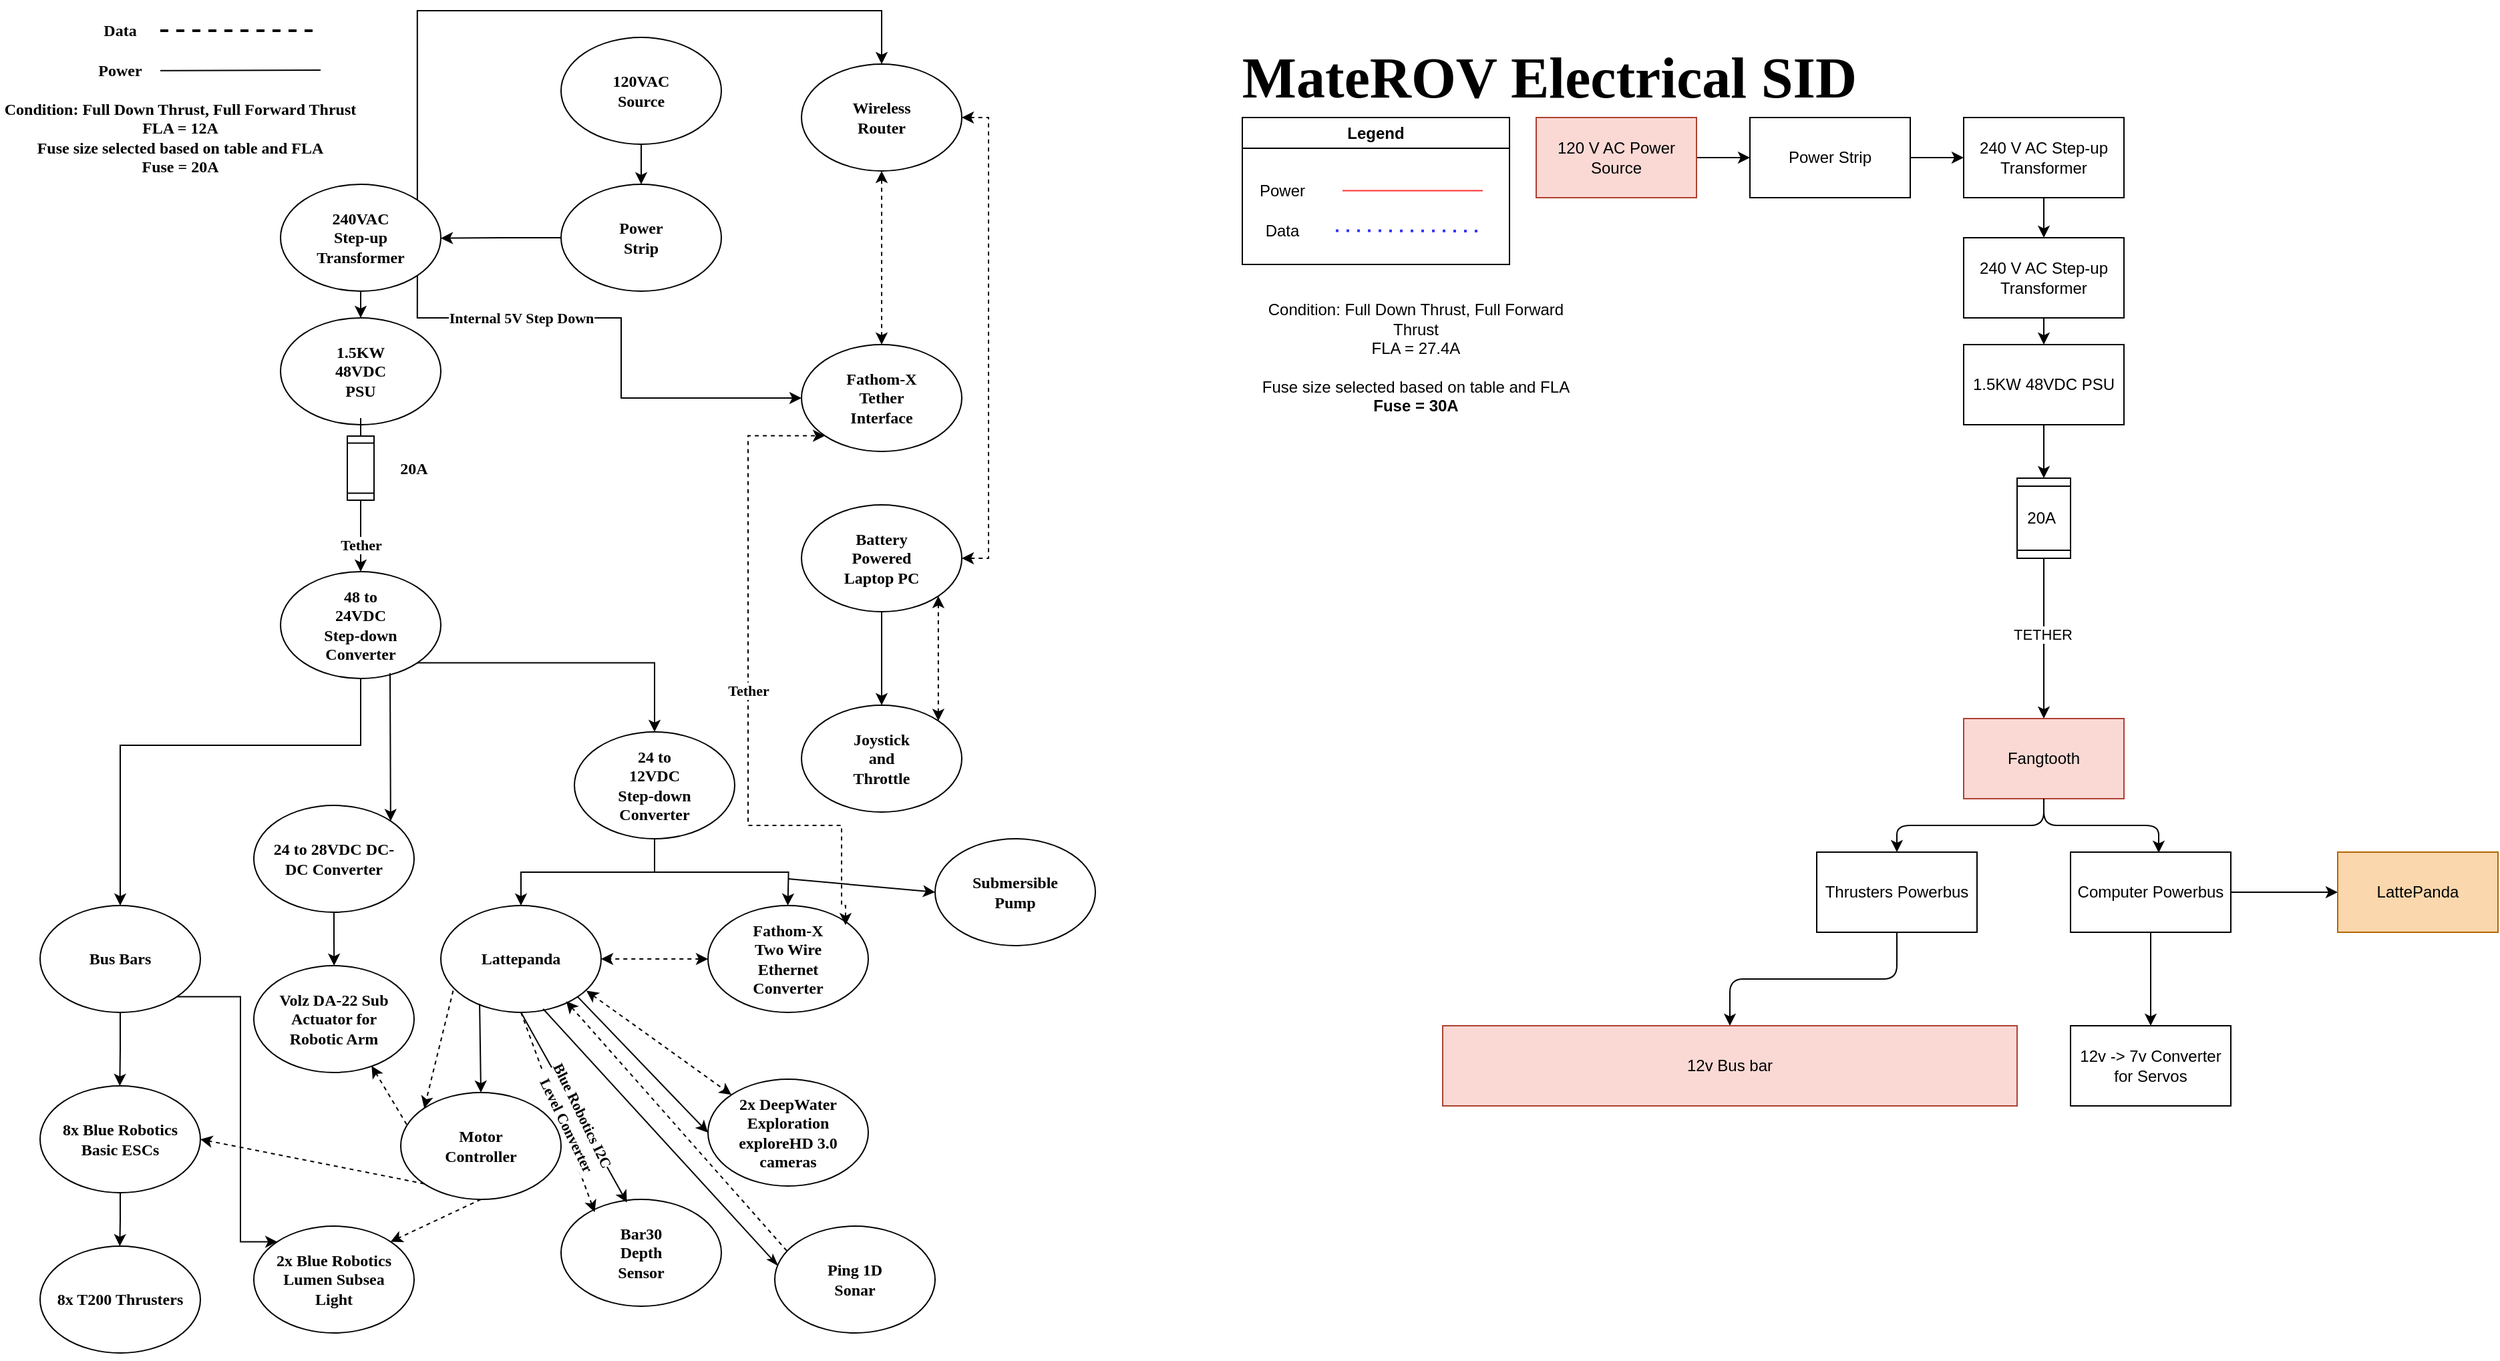
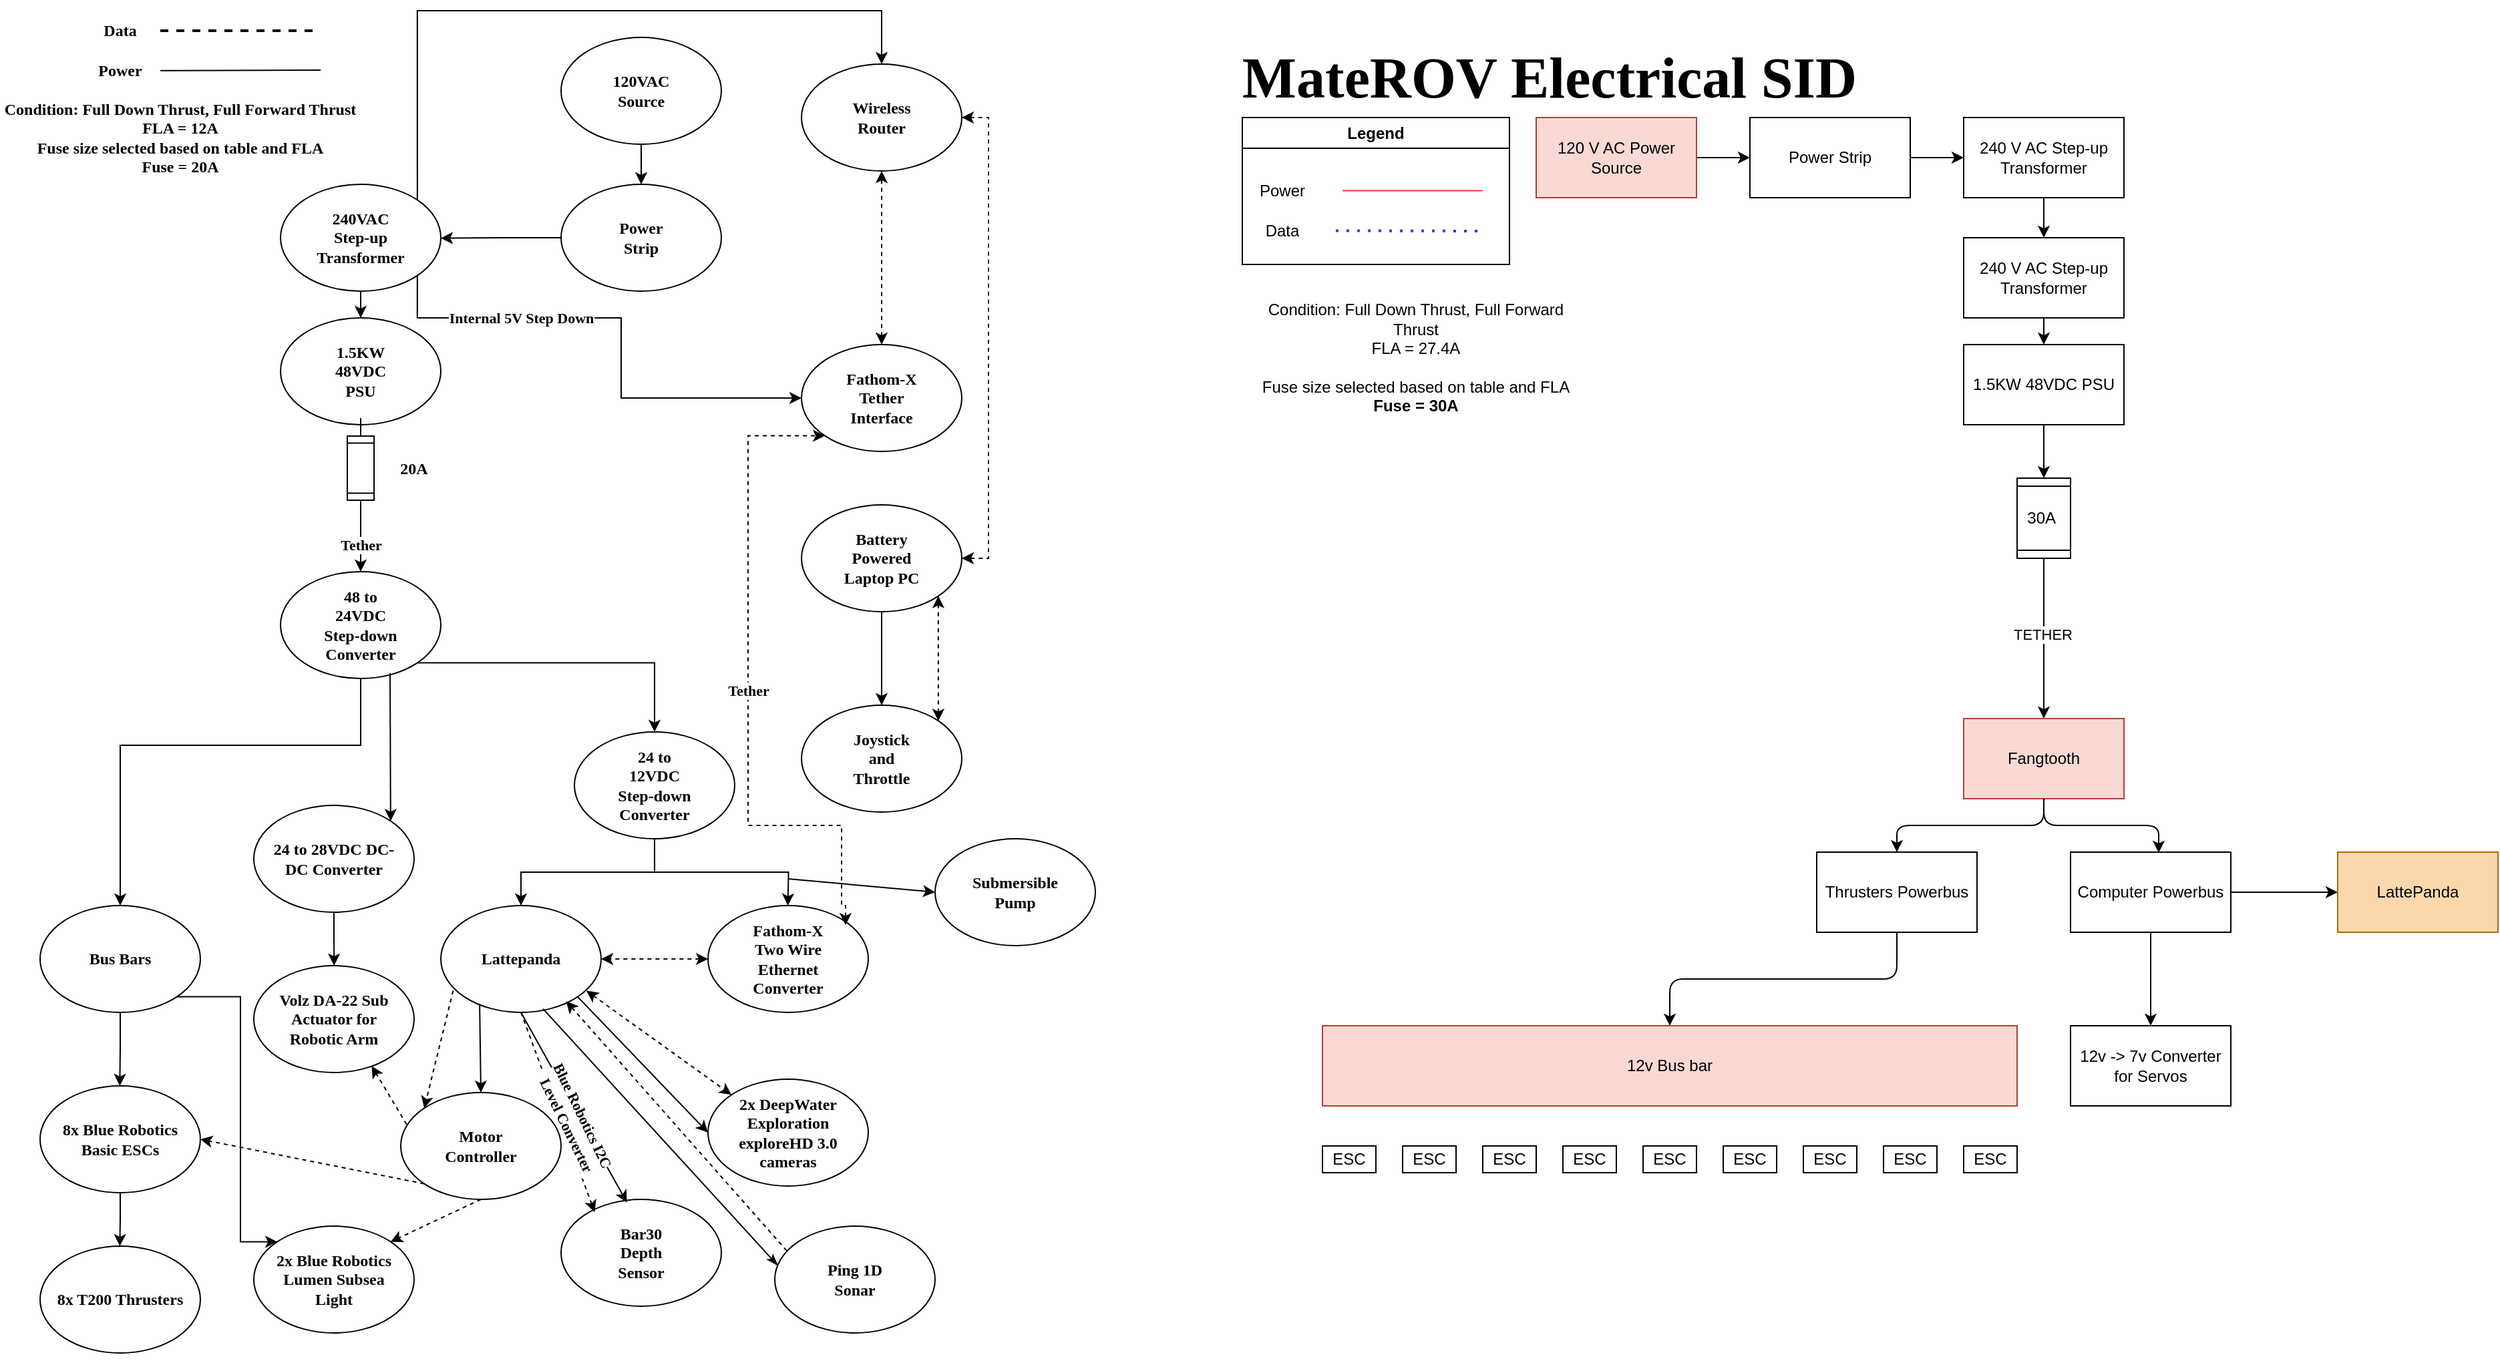
<mxfile host="app.diagrams.net" agent="Mozilla/5.0 (Windows NT 10.0; Win64; x64; rv:139.0) Gecko/20100101 Firefox/139.0">
  <diagram name="Page-1" id="doaNbLGYiiKzRFzNWdXi">
-     <mxGraphModel dx="1174" dy="681" grid="1" gridSize="10" guides="1" tooltips="1" connect="1" arrows="1" fold="1" page="1" pageScale="1" pageWidth="850" pageHeight="1100" math="0" shadow="0">
+     <mxGraphModel dx="978" dy="568" grid="1" gridSize="10" guides="1" tooltips="1" connect="1" arrows="1" fold="1" page="1" pageScale="1" pageWidth="850" pageHeight="1100" math="0" shadow="0">
      <root>
        <mxCell id="0" />
        <mxCell id="1" parent="0" />
        <mxCell id="KtZ6byTwQnFwZSQ_47y7-5" edge="1" parent="1" source="KtZ6byTwQnFwZSQ_47y7-1" style="endArrow=classic;html=1;rounded=0;exitX=0.5;exitY=1;exitDx=0;exitDy=0;fontFamily=Times New Roman;fontStyle=1" target="KtZ6byTwQnFwZSQ_47y7-6" value="">
          <mxGeometry height="50" relative="1" width="50" as="geometry">
            <mxPoint x="380" y="340" as="sourcePoint" />
            <mxPoint x="160" y="290" as="targetPoint" />
          </mxGeometry>
        </mxCell>
        <mxCell id="KtZ6byTwQnFwZSQ_47y7-8" connectable="0" parent="1" style="group;fontFamily=Times New Roman;fontStyle=1;rounded=0;" value="" vertex="1">
          <mxGeometry height="80" width="120" x="430" y="90" as="geometry" />
        </mxCell>
        <mxCell id="KtZ6byTwQnFwZSQ_47y7-1" parent="KtZ6byTwQnFwZSQ_47y7-8" style="ellipse;whiteSpace=wrap;html=1;fontFamily=Times New Roman;fontStyle=1;rounded=0;" value="" vertex="1">
          <mxGeometry height="80" width="120" as="geometry" />
        </mxCell>
        <mxCell id="KtZ6byTwQnFwZSQ_47y7-2" parent="KtZ6byTwQnFwZSQ_47y7-8" style="text;html=1;align=center;verticalAlign=middle;whiteSpace=wrap;rounded=0;fontFamily=Times New Roman;fontStyle=1" value="120VAC Source" vertex="1">
          <mxGeometry height="30" width="60" x="30" y="25" as="geometry" />
        </mxCell>
        <mxCell id="KtZ6byTwQnFwZSQ_47y7-17" edge="1" parent="1" source="KtZ6byTwQnFwZSQ_47y7-18" style="endArrow=none;html=1;rounded=0;fontFamily=Times New Roman;fontStyle=1" value="">
          <mxGeometry height="50" relative="1" width="50" as="geometry">
            <mxPoint x="130" y="114.5" as="sourcePoint" />
            <mxPoint x="250" y="114.5" as="targetPoint" />
          </mxGeometry>
        </mxCell>
        <mxCell id="KtZ6byTwQnFwZSQ_47y7-21" collapsed="1" parent="1" style="text;html=1;align=center;verticalAlign=middle;whiteSpace=wrap;rounded=0;container=0;fontFamily=Times New Roman;fontStyle=1" value="&lt;div&gt;Data&lt;/div&gt;" vertex="1">
          <mxGeometry height="30" width="60" x="70" y="70" as="geometry">
            <mxRectangle height="30" width="60" x="320" y="275" as="alternateBounds" />
          </mxGeometry>
        </mxCell>
        <mxCell id="KtZ6byTwQnFwZSQ_47y7-22" edge="1" parent="1" style="endArrow=none;html=1;rounded=0;fontFamily=Times New Roman;fontStyle=1" target="KtZ6byTwQnFwZSQ_47y7-18" value="">
          <mxGeometry height="50" relative="1" width="50" as="geometry">
            <mxPoint x="130" y="114.5" as="sourcePoint" />
            <mxPoint x="250" y="114.5" as="targetPoint" />
          </mxGeometry>
        </mxCell>
        <mxCell id="KtZ6byTwQnFwZSQ_47y7-18" parent="1" style="text;html=1;align=center;verticalAlign=middle;whiteSpace=wrap;rounded=0;fontFamily=Times New Roman;fontStyle=1" value="&lt;div&gt;Power&lt;/div&gt;" vertex="1">
          <mxGeometry height="30" width="60" x="70" y="100" as="geometry" />
        </mxCell>
        <mxCell id="KtZ6byTwQnFwZSQ_47y7-24" connectable="0" parent="1" style="group;fontFamily=Times New Roman;fontStyle=1;rounded=0;" value="" vertex="1">
          <mxGeometry height="80" width="120" x="610" y="320" as="geometry" />
        </mxCell>
        <mxCell id="KtZ6byTwQnFwZSQ_47y7-25" parent="KtZ6byTwQnFwZSQ_47y7-24" style="ellipse;whiteSpace=wrap;html=1;fontFamily=Times New Roman;fontStyle=1;rounded=0;" value="" vertex="1">
          <mxGeometry height="80" width="120" as="geometry" />
        </mxCell>
        <mxCell id="KtZ6byTwQnFwZSQ_47y7-26" collapsed="1" parent="KtZ6byTwQnFwZSQ_47y7-24" style="text;html=1;align=center;verticalAlign=middle;whiteSpace=wrap;rounded=0;container=0;fontFamily=Times New Roman;fontStyle=1" value="Fathom-X Tether Interface" vertex="1">
          <mxGeometry height="30" width="60" x="30" y="25" as="geometry">
            <mxRectangle height="30" width="60" x="320" y="275" as="alternateBounds" />
          </mxGeometry>
        </mxCell>
        <mxCell id="KtZ6byTwQnFwZSQ_47y7-29" connectable="0" parent="1" style="group;fontFamily=Times New Roman;fontStyle=1;rounded=0;" value="" vertex="1">
          <mxGeometry height="80" width="120" x="610" y="440" as="geometry" />
        </mxCell>
        <mxCell id="KtZ6byTwQnFwZSQ_47y7-30" parent="KtZ6byTwQnFwZSQ_47y7-29" style="ellipse;whiteSpace=wrap;html=1;fontFamily=Times New Roman;fontStyle=1;rounded=0;" value="" vertex="1">
          <mxGeometry height="80" width="120" as="geometry" />
        </mxCell>
        <mxCell id="KtZ6byTwQnFwZSQ_47y7-31" collapsed="1" parent="KtZ6byTwQnFwZSQ_47y7-29" style="text;html=1;align=center;verticalAlign=middle;whiteSpace=wrap;rounded=0;container=0;fontFamily=Times New Roman;fontStyle=1" value="Battery Powered Laptop PC" vertex="1">
          <mxGeometry height="30" width="60" x="30" y="25" as="geometry">
            <mxRectangle height="30" width="60" x="320" y="275" as="alternateBounds" />
          </mxGeometry>
        </mxCell>
        <mxCell id="KtZ6byTwQnFwZSQ_47y7-32" connectable="0" parent="1" style="group;fontFamily=Times New Roman;fontStyle=1;rounded=0;" value="" vertex="1">
          <mxGeometry height="80" width="120" x="430" y="200" as="geometry" />
        </mxCell>
        <mxCell id="KtZ6byTwQnFwZSQ_47y7-9" connectable="0" parent="KtZ6byTwQnFwZSQ_47y7-32" style="group;fontFamily=Times New Roman;fontStyle=1;rounded=0;" value="" vertex="1">
          <mxGeometry height="80" width="120" as="geometry" />
        </mxCell>
        <mxCell id="KtZ6byTwQnFwZSQ_47y7-44" edge="1" parent="KtZ6byTwQnFwZSQ_47y7-9" source="KtZ6byTwQnFwZSQ_47y7-6" style="edgeStyle=orthogonalEdgeStyle;rounded=0;orthogonalLoop=1;jettySize=auto;html=1;exitX=0;exitY=0.5;exitDx=0;exitDy=0;fontFamily=Times New Roman;fontStyle=1">
          <mxGeometry relative="1" as="geometry">
            <mxPoint x="-90.00000000000011" y="40.33333333333337" as="targetPoint" />
          </mxGeometry>
        </mxCell>
        <mxCell id="KtZ6byTwQnFwZSQ_47y7-6" parent="KtZ6byTwQnFwZSQ_47y7-9" style="ellipse;whiteSpace=wrap;html=1;fontFamily=Times New Roman;fontStyle=1;rounded=0;" value="" vertex="1">
          <mxGeometry height="80" width="120" as="geometry" />
        </mxCell>
        <mxCell id="KtZ6byTwQnFwZSQ_47y7-7" parent="KtZ6byTwQnFwZSQ_47y7-9" style="text;html=1;align=center;verticalAlign=middle;whiteSpace=wrap;rounded=0;fontFamily=Times New Roman;fontStyle=1" value="&lt;div&gt;Power Strip&lt;/div&gt;" vertex="1">
          <mxGeometry height="30" width="60" x="30" y="25" as="geometry" />
        </mxCell>
        <mxCell id="KtZ6byTwQnFwZSQ_47y7-33" connectable="0" parent="1" style="group;fontFamily=Times New Roman;fontStyle=1;rounded=0;" value="" vertex="1">
          <mxGeometry height="80" width="120" x="610" y="110" as="geometry" />
        </mxCell>
        <mxCell id="KtZ6byTwQnFwZSQ_47y7-16" connectable="0" parent="KtZ6byTwQnFwZSQ_47y7-33" style="group;fontFamily=Times New Roman;fontStyle=1;rounded=0;" value="" vertex="1">
          <mxGeometry height="80" width="120" as="geometry" />
        </mxCell>
        <mxCell id="KtZ6byTwQnFwZSQ_47y7-13" parent="KtZ6byTwQnFwZSQ_47y7-16" style="ellipse;whiteSpace=wrap;html=1;fontFamily=Times New Roman;fontStyle=1;rounded=0;" value="" vertex="1">
          <mxGeometry height="80" width="120" as="geometry" />
        </mxCell>
        <mxCell id="KtZ6byTwQnFwZSQ_47y7-14" collapsed="1" parent="KtZ6byTwQnFwZSQ_47y7-16" style="text;html=1;align=center;verticalAlign=middle;whiteSpace=wrap;rounded=0;container=0;fontFamily=Times New Roman;fontStyle=1" value="&lt;div&gt;Wireless Router&lt;/div&gt;" vertex="1">
          <mxGeometry height="30" width="60" x="30" y="25" as="geometry">
            <mxRectangle height="30" width="60" x="320" y="275" as="alternateBounds" />
          </mxGeometry>
        </mxCell>
        <mxCell id="KtZ6byTwQnFwZSQ_47y7-28" edge="1" parent="KtZ6byTwQnFwZSQ_47y7-33" source="KtZ6byTwQnFwZSQ_47y7-25" style="endArrow=classic;html=1;rounded=0;dashed=1;exitX=0.5;exitY=0;exitDx=0;exitDy=0;entryX=0.5;entryY=1;entryDx=0;entryDy=0;startArrow=classic;startFill=1;fontFamily=Times New Roman;fontStyle=1" target="KtZ6byTwQnFwZSQ_47y7-13" value="">
          <mxGeometry height="50" relative="1" width="50" as="geometry">
            <mxPoint x="-30" y="210" as="sourcePoint" />
            <mxPoint x="20" y="160" as="targetPoint" />
          </mxGeometry>
        </mxCell>
        <mxCell id="KtZ6byTwQnFwZSQ_47y7-37" connectable="0" parent="1" style="group;fontFamily=Times New Roman;fontStyle=1;rounded=0;" value="" vertex="1">
          <mxGeometry height="80" width="120" x="610" y="590" as="geometry" />
        </mxCell>
        <mxCell id="KtZ6byTwQnFwZSQ_47y7-38" parent="KtZ6byTwQnFwZSQ_47y7-37" style="ellipse;whiteSpace=wrap;html=1;fontFamily=Times New Roman;fontStyle=1;rounded=0;" value="" vertex="1">
          <mxGeometry height="80" width="120" as="geometry" />
        </mxCell>
        <mxCell id="KtZ6byTwQnFwZSQ_47y7-39" collapsed="1" parent="KtZ6byTwQnFwZSQ_47y7-37" style="text;html=1;align=center;verticalAlign=middle;whiteSpace=wrap;rounded=0;container=0;fontFamily=Times New Roman;fontStyle=1" value="Joystick and Throttle" vertex="1">
          <mxGeometry height="30" width="60" x="30" y="25" as="geometry">
            <mxRectangle height="30" width="60" x="320" y="275" as="alternateBounds" />
          </mxGeometry>
        </mxCell>
        <mxCell id="KtZ6byTwQnFwZSQ_47y7-40" edge="1" parent="1" source="KtZ6byTwQnFwZSQ_47y7-30" style="edgeStyle=orthogonalEdgeStyle;rounded=0;orthogonalLoop=1;jettySize=auto;html=1;exitX=0.5;exitY=1;exitDx=0;exitDy=0;fontFamily=Times New Roman;fontStyle=1" target="KtZ6byTwQnFwZSQ_47y7-38">
          <mxGeometry relative="1" as="geometry" />
        </mxCell>
        <mxCell id="KtZ6byTwQnFwZSQ_47y7-41" connectable="0" parent="1" style="group;fontFamily=Times New Roman;fontStyle=1;rounded=0;" value="" vertex="1">
          <mxGeometry height="80" width="120" x="220" y="200" as="geometry" />
        </mxCell>
        <mxCell id="KtZ6byTwQnFwZSQ_47y7-42" parent="KtZ6byTwQnFwZSQ_47y7-41" style="ellipse;whiteSpace=wrap;html=1;fontFamily=Times New Roman;fontStyle=1;rounded=0;" value="" vertex="1">
          <mxGeometry height="80" width="120" as="geometry" />
        </mxCell>
        <mxCell id="KtZ6byTwQnFwZSQ_47y7-43" collapsed="1" parent="KtZ6byTwQnFwZSQ_47y7-41" style="text;html=1;align=center;verticalAlign=middle;whiteSpace=wrap;rounded=0;container=0;fontFamily=Times New Roman;fontStyle=1" value="240VAC Step-up Transformer" vertex="1">
          <mxGeometry height="30" width="60" x="30" y="25" as="geometry">
            <mxRectangle height="30" width="60" x="320" y="275" as="alternateBounds" />
          </mxGeometry>
        </mxCell>
        <mxCell id="KtZ6byTwQnFwZSQ_47y7-45" connectable="0" parent="1" style="group;fontFamily=Times New Roman;fontStyle=1;rounded=0;" value="" vertex="1">
          <mxGeometry height="80" width="120" x="220" y="300" as="geometry" />
        </mxCell>
        <mxCell id="KtZ6byTwQnFwZSQ_47y7-46" parent="KtZ6byTwQnFwZSQ_47y7-45" style="ellipse;whiteSpace=wrap;html=1;fontFamily=Times New Roman;fontStyle=1;rounded=0;" value="" vertex="1">
          <mxGeometry height="80" width="120" as="geometry" />
        </mxCell>
        <mxCell id="KtZ6byTwQnFwZSQ_47y7-47" collapsed="1" parent="KtZ6byTwQnFwZSQ_47y7-45" style="text;html=1;align=center;verticalAlign=middle;whiteSpace=wrap;rounded=0;container=0;fontFamily=Times New Roman;fontStyle=1" value="1.5KW 48VDC PSU" vertex="1">
          <mxGeometry height="30" width="60" x="30" y="25" as="geometry">
            <mxRectangle height="30" width="60" x="320" y="275" as="alternateBounds" />
          </mxGeometry>
        </mxCell>
        <mxCell id="KtZ6byTwQnFwZSQ_47y7-48" edge="1" parent="1" source="KtZ6byTwQnFwZSQ_47y7-42" style="edgeStyle=orthogonalEdgeStyle;rounded=0;orthogonalLoop=1;jettySize=auto;html=1;exitX=0.5;exitY=1;exitDx=0;exitDy=0;fontFamily=Times New Roman;fontStyle=1" target="KtZ6byTwQnFwZSQ_47y7-46">
          <mxGeometry relative="1" as="geometry" />
        </mxCell>
        <mxCell id="KtZ6byTwQnFwZSQ_47y7-51" edge="1" parent="1" style="endArrow=classic;html=1;rounded=0;fontFamily=Times New Roman;fontStyle=1" value="">
          <mxGeometry relative="1" as="geometry">
            <mxPoint x="280" y="450" as="sourcePoint" />
            <mxPoint x="280" y="490" as="targetPoint" />
          </mxGeometry>
        </mxCell>
        <mxCell id="KtZ6byTwQnFwZSQ_47y7-52" connectable="0" parent="KtZ6byTwQnFwZSQ_47y7-51" style="edgeLabel;resizable=0;html=1;;align=center;verticalAlign=middle;fontFamily=Times New Roman;fontStyle=1;rounded=0;" value="&lt;div&gt;Tether&lt;/div&gt;" vertex="1">
          <mxGeometry relative="1" as="geometry" />
        </mxCell>
        <mxCell id="KtZ6byTwQnFwZSQ_47y7-57" edge="1" parent="1" source="KtZ6byTwQnFwZSQ_47y7-13" style="edgeStyle=orthogonalEdgeStyle;rounded=0;orthogonalLoop=1;jettySize=auto;html=1;exitX=1;exitY=0.5;exitDx=0;exitDy=0;entryX=1;entryY=0.5;entryDx=0;entryDy=0;dashed=1;startArrow=classic;startFill=1;fontFamily=Times New Roman;fontStyle=1" target="KtZ6byTwQnFwZSQ_47y7-30">
          <mxGeometry relative="1" as="geometry" />
        </mxCell>
        <mxCell id="KtZ6byTwQnFwZSQ_47y7-58" connectable="0" parent="1" style="group;fontFamily=Times New Roman;fontStyle=1;rounded=0;" value="" vertex="1">
          <mxGeometry height="590" width="460" x="220" y="490" as="geometry" />
        </mxCell>
        <mxCell id="KtZ6byTwQnFwZSQ_47y7-63" edge="1" parent="KtZ6byTwQnFwZSQ_47y7-58" source="KtZ6byTwQnFwZSQ_47y7-59" style="edgeStyle=orthogonalEdgeStyle;rounded=0;orthogonalLoop=1;jettySize=auto;html=1;exitX=1;exitY=1;exitDx=0;exitDy=0;entryX=0.5;entryY=0;entryDx=0;entryDy=0;fontFamily=Times New Roman;fontStyle=1" target="KtZ6byTwQnFwZSQ_47y7-65">
          <mxGeometry relative="1" as="geometry">
            <mxPoint x="220" y="130" as="targetPoint" />
          </mxGeometry>
        </mxCell>
        <mxCell id="KtZ6byTwQnFwZSQ_47y7-59" parent="KtZ6byTwQnFwZSQ_47y7-58" style="ellipse;whiteSpace=wrap;html=1;fontFamily=Times New Roman;fontStyle=1;rounded=0;" value="" vertex="1">
          <mxGeometry height="80" width="120" as="geometry" />
        </mxCell>
        <mxCell id="KtZ6byTwQnFwZSQ_47y7-60" collapsed="1" parent="KtZ6byTwQnFwZSQ_47y7-58" style="text;html=1;align=center;verticalAlign=middle;whiteSpace=wrap;rounded=0;container=0;fontFamily=Times New Roman;fontStyle=1" value="48 to 24VDC Step-down Converter" vertex="1">
          <mxGeometry height="30" width="60" x="30" y="25" as="geometry">
            <mxRectangle height="30" width="60" x="320" y="275" as="alternateBounds" />
          </mxGeometry>
        </mxCell>
        <mxCell id="KtZ6byTwQnFwZSQ_47y7-89" connectable="0" parent="KtZ6byTwQnFwZSQ_47y7-58" style="group;fontFamily=Times New Roman;fontStyle=1;rounded=0;" value="" vertex="1">
          <mxGeometry height="470" width="340" x="120" y="120" as="geometry" />
        </mxCell>
        <mxCell id="KtZ6byTwQnFwZSQ_47y7-64" connectable="0" parent="KtZ6byTwQnFwZSQ_47y7-89" style="group;fontFamily=Times New Roman;fontStyle=1;rounded=0;" value="" vertex="1">
          <mxGeometry height="80" width="120" x="100" as="geometry" />
        </mxCell>
        <mxCell id="KtZ6byTwQnFwZSQ_47y7-65" parent="KtZ6byTwQnFwZSQ_47y7-64" style="ellipse;whiteSpace=wrap;html=1;fontFamily=Times New Roman;fontStyle=1;rounded=0;" value="" vertex="1">
          <mxGeometry height="80" width="120" as="geometry" />
        </mxCell>
        <mxCell id="KtZ6byTwQnFwZSQ_47y7-66" collapsed="1" parent="KtZ6byTwQnFwZSQ_47y7-64" style="text;html=1;align=center;verticalAlign=middle;whiteSpace=wrap;rounded=0;container=0;fontFamily=Times New Roman;fontStyle=1" value="24 to 12VDC Step-down Converter" vertex="1">
          <mxGeometry height="30" width="60" x="30" y="25" as="geometry">
            <mxRectangle height="30" width="60" x="320" y="275" as="alternateBounds" />
          </mxGeometry>
        </mxCell>
        <mxCell id="KtZ6byTwQnFwZSQ_47y7-68" connectable="0" parent="KtZ6byTwQnFwZSQ_47y7-89" style="group;fontFamily=Times New Roman;fontStyle=1;rounded=0;" value="" vertex="1">
          <mxGeometry height="80" width="120" x="200" y="130" as="geometry" />
        </mxCell>
        <mxCell id="KtZ6byTwQnFwZSQ_47y7-69" parent="KtZ6byTwQnFwZSQ_47y7-68" style="ellipse;whiteSpace=wrap;html=1;fontFamily=Times New Roman;fontStyle=1;rounded=0;" value="" vertex="1">
          <mxGeometry height="80" width="120" as="geometry" />
        </mxCell>
        <mxCell id="KtZ6byTwQnFwZSQ_47y7-70" collapsed="1" parent="KtZ6byTwQnFwZSQ_47y7-68" style="text;html=1;align=center;verticalAlign=middle;whiteSpace=wrap;rounded=0;container=0;fontFamily=Times New Roman;fontStyle=1" value="Fathom-X Two Wire Ethernet Converter" vertex="1">
          <mxGeometry height="30" width="60" x="30" y="25" as="geometry">
            <mxRectangle height="30" width="60" x="320" y="275" as="alternateBounds" />
          </mxGeometry>
        </mxCell>
        <mxCell id="KtZ6byTwQnFwZSQ_47y7-76" connectable="0" parent="KtZ6byTwQnFwZSQ_47y7-89" style="group;fontFamily=Times New Roman;fontStyle=1;rounded=0;" value="" vertex="1">
          <mxGeometry height="80" width="120" y="130" as="geometry" />
        </mxCell>
        <mxCell id="KtZ6byTwQnFwZSQ_47y7-77" parent="KtZ6byTwQnFwZSQ_47y7-76" style="ellipse;whiteSpace=wrap;html=1;fontFamily=Times New Roman;fontStyle=1;rounded=0;" value="" vertex="1">
          <mxGeometry height="80" width="120" as="geometry" />
        </mxCell>
        <mxCell id="KtZ6byTwQnFwZSQ_47y7-78" collapsed="1" parent="KtZ6byTwQnFwZSQ_47y7-76" style="text;html=1;align=center;verticalAlign=middle;whiteSpace=wrap;rounded=0;container=0;fontFamily=Times New Roman;fontStyle=1" value="Lattepanda" vertex="1">
          <mxGeometry height="30" width="60" x="30" y="25" as="geometry">
            <mxRectangle height="30" width="60" x="320" y="275" as="alternateBounds" />
          </mxGeometry>
        </mxCell>
        <mxCell id="KtZ6byTwQnFwZSQ_47y7-67" edge="1" parent="KtZ6byTwQnFwZSQ_47y7-89" source="KtZ6byTwQnFwZSQ_47y7-65" style="edgeStyle=orthogonalEdgeStyle;rounded=0;orthogonalLoop=1;jettySize=auto;html=1;exitX=0.5;exitY=1;exitDx=0;exitDy=0;fontFamily=Times New Roman;fontStyle=1">
          <mxGeometry relative="1" as="geometry">
            <mxPoint x="190" y="90" as="sourcePoint" />
            <mxPoint x="259.75" y="130" as="targetPoint" />
          </mxGeometry>
        </mxCell>
        <mxCell id="KtZ6byTwQnFwZSQ_47y7-80" edge="1" parent="KtZ6byTwQnFwZSQ_47y7-89" source="KtZ6byTwQnFwZSQ_47y7-77" style="edgeStyle=orthogonalEdgeStyle;rounded=0;orthogonalLoop=1;jettySize=auto;html=1;exitX=0.5;exitY=0;exitDx=0;exitDy=0;entryX=0.5;entryY=1;entryDx=0;entryDy=0;startArrow=classic;startFill=1;endArrow=none;endFill=0;fontFamily=Times New Roman;fontStyle=1" target="KtZ6byTwQnFwZSQ_47y7-65">
          <mxGeometry relative="1" as="geometry" />
        </mxCell>
        <mxCell id="KtZ6byTwQnFwZSQ_47y7-81" connectable="0" parent="KtZ6byTwQnFwZSQ_47y7-89" style="group;fontFamily=Times New Roman;fontStyle=1;rounded=0;" value="" vertex="1">
          <mxGeometry height="80" width="120" x="-30" y="270" as="geometry" />
        </mxCell>
        <mxCell id="KtZ6byTwQnFwZSQ_47y7-82" parent="KtZ6byTwQnFwZSQ_47y7-81" style="ellipse;whiteSpace=wrap;html=1;fontFamily=Times New Roman;fontStyle=1;rounded=0;" value="" vertex="1">
          <mxGeometry height="80" width="120" as="geometry" />
        </mxCell>
        <mxCell id="KtZ6byTwQnFwZSQ_47y7-83" collapsed="1" parent="KtZ6byTwQnFwZSQ_47y7-81" style="text;html=1;align=center;verticalAlign=middle;whiteSpace=wrap;rounded=0;container=0;fontFamily=Times New Roman;fontStyle=1" value="&lt;div&gt;Motor Controller&lt;/div&gt;" vertex="1">
          <mxGeometry height="30" width="60" x="30" y="25" as="geometry">
            <mxRectangle height="30" width="60" x="320" y="275" as="alternateBounds" />
          </mxGeometry>
        </mxCell>
        <mxCell id="KtZ6byTwQnFwZSQ_47y7-84" edge="1" parent="KtZ6byTwQnFwZSQ_47y7-89" source="KtZ6byTwQnFwZSQ_47y7-77" style="rounded=0;orthogonalLoop=1;jettySize=auto;html=1;exitX=0.242;exitY=0.921;exitDx=0;exitDy=0;entryX=0.5;entryY=0;entryDx=0;entryDy=0;exitPerimeter=0;fontFamily=Times New Roman;fontStyle=1" target="KtZ6byTwQnFwZSQ_47y7-82">
          <mxGeometry relative="1" as="geometry" />
        </mxCell>
        <mxCell id="KtZ6byTwQnFwZSQ_47y7-85" edge="1" parent="KtZ6byTwQnFwZSQ_47y7-89" source="KtZ6byTwQnFwZSQ_47y7-77" style="rounded=0;orthogonalLoop=1;jettySize=auto;html=1;exitX=0.077;exitY=0.797;exitDx=0;exitDy=0;entryX=0;entryY=0;entryDx=0;entryDy=0;dashed=1;exitPerimeter=0;fontFamily=Times New Roman;fontStyle=1" target="KtZ6byTwQnFwZSQ_47y7-82">
          <mxGeometry relative="1" as="geometry" />
        </mxCell>
        <mxCell id="KtZ6byTwQnFwZSQ_47y7-113" edge="1" parent="KtZ6byTwQnFwZSQ_47y7-89" source="KtZ6byTwQnFwZSQ_47y7-69" style="edgeStyle=orthogonalEdgeStyle;rounded=0;orthogonalLoop=1;jettySize=auto;html=1;exitX=0;exitY=0.5;exitDx=0;exitDy=0;entryX=1;entryY=0.5;entryDx=0;entryDy=0;dashed=1;startArrow=classic;startFill=1;fontFamily=Times New Roman;fontStyle=1" target="KtZ6byTwQnFwZSQ_47y7-77">
          <mxGeometry relative="1" as="geometry" />
        </mxCell>
        <mxCell id="1TIhp53VE8E4QQOrCl6A-1" parent="KtZ6byTwQnFwZSQ_47y7-89" style="ellipse;whiteSpace=wrap;html=1;fontFamily=Times New Roman;fontStyle=1;rounded=0;" value="&lt;div&gt;2x DeepWater Exploration exploreHD 3.0 cameras&lt;/div&gt;" vertex="1">
          <mxGeometry height="80" width="120" x="200" y="260" as="geometry" />
        </mxCell>
        <mxCell id="btyZadERf1XyvgSfxNHE-8" edge="1" parent="KtZ6byTwQnFwZSQ_47y7-89" source="KtZ6byTwQnFwZSQ_47y7-77" style="rounded=0;orthogonalLoop=1;jettySize=auto;html=1;exitX=1;exitY=1;exitDx=0;exitDy=0;entryX=0;entryY=0.5;entryDx=0;entryDy=0;fontFamily=Times New Roman;fontStyle=1" target="1TIhp53VE8E4QQOrCl6A-1">
          <mxGeometry relative="1" as="geometry" />
        </mxCell>
        <mxCell id="btyZadERf1XyvgSfxNHE-9" edge="1" parent="KtZ6byTwQnFwZSQ_47y7-89" source="KtZ6byTwQnFwZSQ_47y7-77" style="rounded=0;orthogonalLoop=1;jettySize=auto;html=1;exitX=0.908;exitY=0.797;exitDx=0;exitDy=0;entryX=0;entryY=0;entryDx=0;entryDy=0;dashed=1;startArrow=classic;startFill=1;exitPerimeter=0;fontFamily=Times New Roman;fontStyle=1" target="1TIhp53VE8E4QQOrCl6A-1">
          <mxGeometry relative="1" as="geometry">
            <mxPoint x="210" y="270" as="targetPoint" />
          </mxGeometry>
        </mxCell>
        <mxCell id="etV4jzlPymx9ehgoYt_u-58" connectable="0" parent="KtZ6byTwQnFwZSQ_47y7-89" style="group;fontFamily=Times New Roman;fontStyle=1;rounded=0;" value="" vertex="1">
          <mxGeometry height="80" width="120" x="90" y="350" as="geometry" />
        </mxCell>
        <mxCell id="etV4jzlPymx9ehgoYt_u-59" parent="etV4jzlPymx9ehgoYt_u-58" style="ellipse;whiteSpace=wrap;html=1;fontFamily=Times New Roman;fontStyle=1;rounded=0;" value="" vertex="1">
          <mxGeometry height="80" width="120" as="geometry" />
        </mxCell>
        <mxCell id="etV4jzlPymx9ehgoYt_u-60" collapsed="1" parent="etV4jzlPymx9ehgoYt_u-58" style="text;html=1;align=center;verticalAlign=middle;whiteSpace=wrap;rounded=0;container=0;fontFamily=Times New Roman;fontStyle=1" value="Bar30 Depth Sensor" vertex="1">
          <mxGeometry height="30" width="60" x="30" y="25" as="geometry">
            <mxRectangle height="30" width="60" x="320" y="275" as="alternateBounds" />
          </mxGeometry>
        </mxCell>
        <mxCell id="etV4jzlPymx9ehgoYt_u-61" edge="1" parent="KtZ6byTwQnFwZSQ_47y7-89" source="KtZ6byTwQnFwZSQ_47y7-77" style="rounded=0;orthogonalLoop=1;jettySize=auto;html=1;exitX=0.5;exitY=1;exitDx=0;exitDy=0;entryX=0.21;entryY=0.12;entryDx=0;entryDy=0;entryPerimeter=0;dashed=1;fontFamily=Times New Roman;fontStyle=1" target="etV4jzlPymx9ehgoYt_u-59">
          <mxGeometry relative="1" as="geometry" />
        </mxCell>
        <mxCell id="etV4jzlPymx9ehgoYt_u-62" edge="1" parent="KtZ6byTwQnFwZSQ_47y7-89" source="KtZ6byTwQnFwZSQ_47y7-77" style="rounded=0;orthogonalLoop=1;jettySize=auto;html=1;exitX=0.5;exitY=1;exitDx=0;exitDy=0;entryX=0.411;entryY=0.029;entryDx=0;entryDy=0;entryPerimeter=0;fontFamily=Times New Roman;fontStyle=1" target="etV4jzlPymx9ehgoYt_u-59">
          <mxGeometry relative="1" as="geometry" />
        </mxCell>
        <mxCell id="_jh59VST7iY0-ydR_Vmc-1" connectable="0" parent="etV4jzlPymx9ehgoYt_u-62" style="edgeLabel;html=1;align=center;verticalAlign=middle;resizable=0;points=[];rotation=64;fontFamily=Times New Roman;fontStyle=1;rounded=0;" value="&lt;div&gt;Blue Robotics I2C&lt;/div&gt;&lt;div&gt;&amp;nbsp;Level Converter&lt;/div&gt;" vertex="1">
          <mxGeometry relative="1" x="0.567" as="geometry">
            <mxPoint x="-22" y="-32" as="offset" />
          </mxGeometry>
        </mxCell>
        <mxCell id="ipf7ujVZ-AzwesgqvqbX-4" edge="1" parent="KtZ6byTwQnFwZSQ_47y7-89" style="endArrow=classic;html=1;rounded=0;fontFamily=Times New Roman;fontStyle=1" value="">
          <mxGeometry height="50" relative="1" width="50" as="geometry">
            <mxPoint x="260" y="110" as="sourcePoint" />
            <mxPoint x="370" y="120" as="targetPoint" />
          </mxGeometry>
        </mxCell>
        <mxCell id="KtZ6byTwQnFwZSQ_47y7-115" connectable="0" parent="KtZ6byTwQnFwZSQ_47y7-58" style="group;fontFamily=Times New Roman;fontStyle=1;rounded=0;" value="" vertex="1">
          <mxGeometry height="80" width="120" x="-20" y="175" as="geometry" />
        </mxCell>
        <mxCell id="KtZ6byTwQnFwZSQ_47y7-124" edge="1" parent="KtZ6byTwQnFwZSQ_47y7-115" source="KtZ6byTwQnFwZSQ_47y7-116" style="edgeStyle=orthogonalEdgeStyle;rounded=0;orthogonalLoop=1;jettySize=auto;html=1;exitX=0.5;exitY=1;exitDx=0;exitDy=0;fontFamily=Times New Roman;fontStyle=1">
          <mxGeometry relative="1" as="geometry">
            <mxPoint x="60.11764705882365" y="120" as="targetPoint" />
          </mxGeometry>
        </mxCell>
        <mxCell id="KtZ6byTwQnFwZSQ_47y7-116" parent="KtZ6byTwQnFwZSQ_47y7-115" style="ellipse;whiteSpace=wrap;html=1;fontFamily=Times New Roman;fontStyle=1;rounded=0;" value="" vertex="1">
          <mxGeometry height="80" width="120" as="geometry" />
        </mxCell>
        <mxCell id="KtZ6byTwQnFwZSQ_47y7-117" collapsed="1" parent="KtZ6byTwQnFwZSQ_47y7-115" style="text;html=1;align=center;verticalAlign=middle;whiteSpace=wrap;rounded=0;container=0;fontFamily=Times New Roman;fontStyle=1" value="24 to 28VDC DC-DC Converter" vertex="1">
          <mxGeometry height="30" width="100" x="10" y="25" as="geometry">
            <mxRectangle height="30" width="60" x="320" y="275" as="alternateBounds" />
          </mxGeometry>
        </mxCell>
        <mxCell id="KtZ6byTwQnFwZSQ_47y7-121" connectable="0" parent="KtZ6byTwQnFwZSQ_47y7-58" style="group;fontFamily=Times New Roman;fontStyle=1;rounded=0;" value="" vertex="1">
          <mxGeometry height="80" width="120" x="-20" y="295" as="geometry" />
        </mxCell>
        <mxCell id="KtZ6byTwQnFwZSQ_47y7-122" parent="KtZ6byTwQnFwZSQ_47y7-121" style="ellipse;whiteSpace=wrap;html=1;fontFamily=Times New Roman;fontStyle=1;rounded=0;" value="" vertex="1">
          <mxGeometry height="80" width="120" as="geometry" />
        </mxCell>
        <mxCell id="KtZ6byTwQnFwZSQ_47y7-123" collapsed="1" parent="KtZ6byTwQnFwZSQ_47y7-121" style="text;html=1;align=center;verticalAlign=middle;whiteSpace=wrap;rounded=0;container=0;fontFamily=Times New Roman;fontStyle=1" value="Volz DA-22 Sub Actuator for Robotic Arm" vertex="1">
          <mxGeometry height="30" width="100" x="10" y="25" as="geometry">
            <mxRectangle height="30" width="60" x="320" y="275" as="alternateBounds" />
          </mxGeometry>
        </mxCell>
        <mxCell id="btyZadERf1XyvgSfxNHE-3" edge="1" parent="KtZ6byTwQnFwZSQ_47y7-58" style="endArrow=classic;html=1;rounded=0;entryX=1;entryY=0;entryDx=0;entryDy=0;fontFamily=Times New Roman;fontStyle=1" target="KtZ6byTwQnFwZSQ_47y7-116" value="">
          <mxGeometry height="50" relative="1" width="50" as="geometry">
            <mxPoint x="82" y="76" as="sourcePoint" />
            <mxPoint x="350" y="280" as="targetPoint" />
          </mxGeometry>
        </mxCell>
        <mxCell id="btyZadERf1XyvgSfxNHE-7" edge="1" parent="KtZ6byTwQnFwZSQ_47y7-58" source="KtZ6byTwQnFwZSQ_47y7-82" style="rounded=0;orthogonalLoop=1;jettySize=auto;html=1;exitX=0.037;exitY=0.299;exitDx=0;exitDy=0;entryX=0.735;entryY=0.939;entryDx=0;entryDy=0;dashed=1;exitPerimeter=0;entryPerimeter=0;fontFamily=Times New Roman;fontStyle=1" target="KtZ6byTwQnFwZSQ_47y7-122">
          <mxGeometry relative="1" as="geometry">
            <mxPoint x="63.6499999999992" y="441.9" as="sourcePoint" />
            <mxPoint x="56.34923699267929" y="375.0012072515923" as="targetPoint" />
          </mxGeometry>
        </mxCell>
        <mxCell id="etV4jzlPymx9ehgoYt_u-14" connectable="0" parent="KtZ6byTwQnFwZSQ_47y7-58" style="group;fontFamily=Times New Roman;fontStyle=1;rounded=0;" value="" vertex="1">
          <mxGeometry height="80" width="120" x="-20" y="490" as="geometry" />
        </mxCell>
        <mxCell id="etV4jzlPymx9ehgoYt_u-15" parent="etV4jzlPymx9ehgoYt_u-14" style="ellipse;whiteSpace=wrap;html=1;fontFamily=Times New Roman;fontStyle=1;rounded=0;" value="" vertex="1">
          <mxGeometry height="80" width="120" as="geometry" />
        </mxCell>
        <mxCell id="etV4jzlPymx9ehgoYt_u-16" collapsed="1" parent="etV4jzlPymx9ehgoYt_u-14" style="text;html=1;align=center;verticalAlign=middle;whiteSpace=wrap;rounded=0;container=0;fontFamily=Times New Roman;fontStyle=1" value="2x Blue Robotics Lumen Subsea Light" vertex="1">
          <mxGeometry height="30" width="100" x="10" y="25" as="geometry">
            <mxRectangle height="30" width="60" x="320" y="275" as="alternateBounds" />
          </mxGeometry>
        </mxCell>
        <mxCell id="etV4jzlPymx9ehgoYt_u-18" edge="1" parent="KtZ6byTwQnFwZSQ_47y7-58" source="KtZ6byTwQnFwZSQ_47y7-82" style="rounded=0;orthogonalLoop=1;jettySize=auto;html=1;exitX=0.5;exitY=1;exitDx=0;exitDy=0;entryX=1;entryY=0;entryDx=0;entryDy=0;dashed=1;fontFamily=Times New Roman;fontStyle=1" target="etV4jzlPymx9ehgoYt_u-15">
          <mxGeometry relative="1" as="geometry" />
        </mxCell>
        <mxCell id="KtZ6byTwQnFwZSQ_47y7-71" edge="1" parent="1" source="KtZ6byTwQnFwZSQ_47y7-69" style="endArrow=classic;html=1;rounded=0;edgeStyle=orthogonalEdgeStyle;dashed=1;entryX=0;entryY=1;entryDx=0;entryDy=0;exitX=0.858;exitY=0.183;exitDx=0;exitDy=0;startArrow=classic;startFill=1;exitPerimeter=0;fontFamily=Times New Roman;fontStyle=1" target="KtZ6byTwQnFwZSQ_47y7-25" value="">
          <mxGeometry relative="1" as="geometry">
            <Array as="points">
              <mxPoint x="643" y="740" />
              <mxPoint x="640" y="740" />
              <mxPoint x="640" y="680" />
              <mxPoint x="570" y="680" />
              <mxPoint x="570" y="388" />
            </Array>
            <mxPoint x="630" y="731" as="sourcePoint" />
            <mxPoint x="557.573593128807" y="320.00427124746193" as="targetPoint" />
          </mxGeometry>
        </mxCell>
        <mxCell id="KtZ6byTwQnFwZSQ_47y7-72" connectable="0" parent="KtZ6byTwQnFwZSQ_47y7-71" style="edgeLabel;resizable=0;html=1;;align=center;verticalAlign=middle;fontFamily=Times New Roman;fontStyle=1;rounded=0;" value="Tether" vertex="1">
          <mxGeometry relative="1" as="geometry" />
        </mxCell>
        <mxCell id="KtZ6byTwQnFwZSQ_47y7-90" edge="1" parent="1" source="KtZ6byTwQnFwZSQ_47y7-59" style="edgeStyle=orthogonalEdgeStyle;rounded=0;orthogonalLoop=1;jettySize=auto;html=1;exitX=0.5;exitY=1;exitDx=0;exitDy=0;entryX=0.5;entryY=0;entryDx=0;entryDy=0;fontFamily=Times New Roman;fontStyle=1" target="KtZ6byTwQnFwZSQ_47y7-87">
          <mxGeometry relative="1" as="geometry">
            <Array as="points">
              <mxPoint x="280" y="620" />
              <mxPoint x="100" y="620" />
            </Array>
          </mxGeometry>
        </mxCell>
        <mxCell id="KtZ6byTwQnFwZSQ_47y7-112" edge="1" parent="1" source="KtZ6byTwQnFwZSQ_47y7-82" style="rounded=0;orthogonalLoop=1;jettySize=auto;html=1;exitX=0;exitY=1;exitDx=0;exitDy=0;entryX=1.1;entryY=0.5;entryDx=0;entryDy=0;entryPerimeter=0;dashed=1;fontFamily=Times New Roman;fontStyle=1" target="KtZ6byTwQnFwZSQ_47y7-105">
          <mxGeometry relative="1" as="geometry" />
        </mxCell>
        <mxCell id="KtZ6byTwQnFwZSQ_47y7-125" connectable="0" parent="1" style="group;fontFamily=Times New Roman;fontStyle=1;rounded=0;" value="" vertex="1">
          <mxGeometry height="335" width="120" x="40" y="740" as="geometry" />
        </mxCell>
        <mxCell id="KtZ6byTwQnFwZSQ_47y7-92" connectable="0" parent="KtZ6byTwQnFwZSQ_47y7-125" style="group;fontFamily=Times New Roman;fontStyle=1;rounded=0;" value="" vertex="1">
          <mxGeometry height="335" width="120" as="geometry" />
        </mxCell>
        <mxCell id="KtZ6byTwQnFwZSQ_47y7-87" parent="KtZ6byTwQnFwZSQ_47y7-92" style="ellipse;whiteSpace=wrap;html=1;fontFamily=Times New Roman;fontStyle=1;rounded=0;" value="" vertex="1">
          <mxGeometry height="80" width="120" as="geometry" />
        </mxCell>
        <mxCell id="KtZ6byTwQnFwZSQ_47y7-106" edge="1" parent="KtZ6byTwQnFwZSQ_47y7-92" source="KtZ6byTwQnFwZSQ_47y7-87" style="edgeStyle=orthogonalEdgeStyle;rounded=0;orthogonalLoop=1;jettySize=auto;html=1;exitX=0.5;exitY=1;exitDx=0;exitDy=0;fontFamily=Times New Roman;fontStyle=1">
          <mxGeometry relative="1" as="geometry">
            <mxPoint x="59.66666666666674" y="135" as="targetPoint" />
          </mxGeometry>
        </mxCell>
        <mxCell id="KtZ6byTwQnFwZSQ_47y7-91" collapsed="1" parent="KtZ6byTwQnFwZSQ_47y7-92" style="text;html=1;align=center;verticalAlign=middle;whiteSpace=wrap;rounded=0;container=0;fontFamily=Times New Roman;fontStyle=1" value="Bus Bars" vertex="1">
          <mxGeometry height="30" width="60" x="30" y="25" as="geometry">
            <mxRectangle height="30" width="60" x="320" y="275" as="alternateBounds" />
          </mxGeometry>
        </mxCell>
        <mxCell id="KtZ6byTwQnFwZSQ_47y7-103" connectable="0" parent="KtZ6byTwQnFwZSQ_47y7-92" style="group;fontFamily=Times New Roman;fontStyle=1;rounded=0;" value="" vertex="1">
          <mxGeometry height="80" width="120" y="135" as="geometry" />
        </mxCell>
        <mxCell id="KtZ6byTwQnFwZSQ_47y7-110" edge="1" parent="KtZ6byTwQnFwZSQ_47y7-103" source="KtZ6byTwQnFwZSQ_47y7-104" style="edgeStyle=orthogonalEdgeStyle;rounded=0;orthogonalLoop=1;jettySize=auto;html=1;exitX=0.5;exitY=1;exitDx=0;exitDy=0;fontFamily=Times New Roman;fontStyle=1">
          <mxGeometry relative="1" as="geometry">
            <mxPoint x="59.66666666666674" y="120" as="targetPoint" />
          </mxGeometry>
        </mxCell>
        <mxCell id="KtZ6byTwQnFwZSQ_47y7-104" parent="KtZ6byTwQnFwZSQ_47y7-103" style="ellipse;whiteSpace=wrap;html=1;fontFamily=Times New Roman;fontStyle=1;rounded=0;" value="" vertex="1">
          <mxGeometry height="80" width="120" as="geometry" />
        </mxCell>
        <mxCell id="KtZ6byTwQnFwZSQ_47y7-105" collapsed="1" parent="KtZ6byTwQnFwZSQ_47y7-103" style="text;html=1;align=center;verticalAlign=middle;whiteSpace=wrap;rounded=0;container=0;fontFamily=Times New Roman;fontStyle=1" value="8x Blue Robotics Basic ESCs" vertex="1">
          <mxGeometry height="30" width="100" x="10" y="25" as="geometry">
            <mxRectangle height="30" width="60" x="320" y="275" as="alternateBounds" />
          </mxGeometry>
        </mxCell>
        <mxCell id="KtZ6byTwQnFwZSQ_47y7-107" connectable="0" parent="KtZ6byTwQnFwZSQ_47y7-92" style="group;fontFamily=Times New Roman;fontStyle=1;rounded=0;" value="" vertex="1">
          <mxGeometry height="80" width="120" y="255" as="geometry" />
        </mxCell>
        <mxCell id="KtZ6byTwQnFwZSQ_47y7-108" parent="KtZ6byTwQnFwZSQ_47y7-107" style="ellipse;whiteSpace=wrap;html=1;fontFamily=Times New Roman;fontStyle=1;rounded=0;" value="" vertex="1">
          <mxGeometry height="80" width="120" as="geometry" />
        </mxCell>
        <mxCell id="KtZ6byTwQnFwZSQ_47y7-109" collapsed="1" parent="KtZ6byTwQnFwZSQ_47y7-107" style="text;html=1;align=center;verticalAlign=middle;whiteSpace=wrap;rounded=0;container=0;fontFamily=Times New Roman;fontStyle=1" value="8x T200 Thrusters" vertex="1">
          <mxGeometry height="30" width="100" x="10" y="25" as="geometry">
            <mxRectangle height="30" width="60" x="320" y="275" as="alternateBounds" />
          </mxGeometry>
        </mxCell>
        <mxCell id="KtZ6byTwQnFwZSQ_47y7-143" parent="1" style="pointerEvents=1;verticalLabelPosition=bottom;shadow=0;dashed=0;align=center;html=1;verticalAlign=top;shape=mxgraph.electrical.miscellaneous.fuse_1;rotation=-90;fontFamily=Times New Roman;fontStyle=1;rounded=0;" value="" vertex="1">
          <mxGeometry height="20" width="75" x="242.5" y="402.5" as="geometry" />
        </mxCell>
        <mxCell id="KtZ6byTwQnFwZSQ_47y7-144" collapsed="1" parent="1" style="text;html=1;align=center;verticalAlign=middle;whiteSpace=wrap;rounded=0;container=0;fontFamily=Times New Roman;fontStyle=1" value="20A" vertex="1">
          <mxGeometry height="30" width="60" x="290" y="397.5" as="geometry">
            <mxRectangle height="30" width="60" x="320" y="275" as="alternateBounds" />
          </mxGeometry>
        </mxCell>
        <mxCell id="KtZ6byTwQnFwZSQ_47y7-145" collapsed="1" parent="1" style="text;html=1;align=center;verticalAlign=middle;whiteSpace=wrap;rounded=0;container=0;fontFamily=Times New Roman;fontStyle=1" value="&lt;div&gt;Condition: Full Down Thrust, Full Forward Thrust&lt;/div&gt;&lt;div&gt;FLA = 12A&lt;/div&gt;&lt;div&gt;Fuse size selected based on table and FLA&lt;/div&gt;&lt;div&gt;&lt;span&gt;Fuse = 20A&lt;/span&gt;&lt;/div&gt;" vertex="1">
          <mxGeometry height="170" width="270" x="10" y="80" as="geometry">
            <mxRectangle height="30" width="60" x="320" y="275" as="alternateBounds" />
          </mxGeometry>
        </mxCell>
        <mxCell id="KtZ6byTwQnFwZSQ_47y7-147" edge="1" parent="1" source="KtZ6byTwQnFwZSQ_47y7-21" style="endArrow=none;dashed=1;html=1;strokeWidth=2;rounded=0;exitX=1;exitY=0.5;exitDx=0;exitDy=0;fontFamily=Times New Roman;fontStyle=1" value="">
          <mxGeometry height="50" relative="1" width="50" as="geometry">
            <mxPoint x="180" y="110" as="sourcePoint" />
            <mxPoint x="250" y="85" as="targetPoint" />
          </mxGeometry>
        </mxCell>
        <object label="Internal 5V Step Down" id="YFcSXKNce1uvGu7f9DYM-2">
          <mxCell edge="1" parent="1" source="KtZ6byTwQnFwZSQ_47y7-42" style="edgeStyle=orthogonalEdgeStyle;rounded=0;orthogonalLoop=1;jettySize=auto;html=1;exitX=1;exitY=1;exitDx=0;exitDy=0;entryX=0;entryY=0.5;entryDx=0;entryDy=0;metaEdit=1;fontFamily=Times New Roman;fontStyle=1" target="KtZ6byTwQnFwZSQ_47y7-25">
            <mxGeometry relative="1" x="-0.4236" as="geometry">
              <mxPoint as="offset" />
              <Array as="points">
                <mxPoint x="322" y="300" />
                <mxPoint x="475" y="300" />
                <mxPoint x="475" y="360" />
              </Array>
              <mxPoint x="420.0000000000002" y="309.9999999999999" as="targetPoint" />
            </mxGeometry>
          </mxCell>
        </object>
        <mxCell id="YFcSXKNce1uvGu7f9DYM-5" edge="1" parent="1" source="KtZ6byTwQnFwZSQ_47y7-42" style="edgeStyle=orthogonalEdgeStyle;rounded=0;orthogonalLoop=1;jettySize=auto;html=1;exitX=1;exitY=0;exitDx=0;exitDy=0;entryX=0.5;entryY=0;entryDx=0;entryDy=0;fontFamily=Times New Roman;fontStyle=1" target="KtZ6byTwQnFwZSQ_47y7-13">
          <mxGeometry relative="1" as="geometry">
            <Array as="points">
              <mxPoint x="322" y="70" />
              <mxPoint x="670" y="70" />
            </Array>
          </mxGeometry>
        </mxCell>
        <mxCell id="YFcSXKNce1uvGu7f9DYM-6" edge="1" parent="1" source="KtZ6byTwQnFwZSQ_47y7-38" style="edgeStyle=orthogonalEdgeStyle;rounded=0;orthogonalLoop=1;jettySize=auto;html=1;exitX=1;exitY=0;exitDx=0;exitDy=0;entryX=1;entryY=1;entryDx=0;entryDy=0;dashed=1;startArrow=classic;startFill=1;fontFamily=Times New Roman;fontStyle=1" target="KtZ6byTwQnFwZSQ_47y7-30">
          <mxGeometry relative="1" as="geometry" />
        </mxCell>
        <mxCell id="etV4jzlPymx9ehgoYt_u-17" edge="1" parent="1" source="KtZ6byTwQnFwZSQ_47y7-87" style="edgeStyle=orthogonalEdgeStyle;rounded=0;orthogonalLoop=1;jettySize=auto;html=1;exitX=1;exitY=1;exitDx=0;exitDy=0;entryX=0;entryY=0;entryDx=0;entryDy=0;fontFamily=Times New Roman;fontStyle=1" target="etV4jzlPymx9ehgoYt_u-15">
          <mxGeometry relative="1" as="geometry">
            <Array as="points">
              <mxPoint x="190" y="808" />
              <mxPoint x="190" y="992" />
            </Array>
          </mxGeometry>
        </mxCell>
        <mxCell id="etV4jzlPymx9ehgoYt_u-64" connectable="0" parent="1" style="group;fontFamily=Times New Roman;fontStyle=1;rounded=0;" value="" vertex="1">
          <mxGeometry height="80" width="120" x="590" y="980" as="geometry" />
        </mxCell>
        <mxCell id="etV4jzlPymx9ehgoYt_u-65" parent="etV4jzlPymx9ehgoYt_u-64" style="ellipse;whiteSpace=wrap;html=1;fontFamily=Times New Roman;fontStyle=1;rounded=0;" value="" vertex="1">
          <mxGeometry height="80" width="120" as="geometry" />
        </mxCell>
        <mxCell id="etV4jzlPymx9ehgoYt_u-66" collapsed="1" parent="etV4jzlPymx9ehgoYt_u-64" style="text;html=1;align=center;verticalAlign=middle;whiteSpace=wrap;rounded=0;container=0;fontFamily=Times New Roman;fontStyle=1" value="Ping 1D Sonar" vertex="1">
          <mxGeometry height="30" width="60" x="30" y="25" as="geometry">
            <mxRectangle height="30" width="60" x="320" y="275" as="alternateBounds" />
          </mxGeometry>
        </mxCell>
        <mxCell id="etV4jzlPymx9ehgoYt_u-67" edge="1" parent="1" source="etV4jzlPymx9ehgoYt_u-65" style="rounded=0;orthogonalLoop=1;jettySize=auto;html=1;exitX=0.02;exitY=0.37;exitDx=0;exitDy=0;entryX=0.638;entryY=0.967;entryDx=0;entryDy=0;entryPerimeter=0;exitPerimeter=0;startArrow=classicThin;startFill=1;endArrow=none;fontFamily=Times New Roman;fontStyle=1" target="KtZ6byTwQnFwZSQ_47y7-77">
          <mxGeometry relative="1" as="geometry">
            <mxPoint x="430" y="830" as="targetPoint" />
          </mxGeometry>
        </mxCell>
        <mxCell id="etV4jzlPymx9ehgoYt_u-68" edge="1" parent="1" source="etV4jzlPymx9ehgoYt_u-65" style="rounded=0;orthogonalLoop=1;jettySize=auto;html=1;exitX=0.075;exitY=0.231;exitDx=0;exitDy=0;entryX=0.782;entryY=0.895;entryDx=0;entryDy=0;entryPerimeter=0;dashed=1;exitPerimeter=0;fontFamily=Times New Roman;fontStyle=1" target="KtZ6byTwQnFwZSQ_47y7-77">
          <mxGeometry relative="1" as="geometry" />
        </mxCell>
        <mxCell id="ipf7ujVZ-AzwesgqvqbX-1" connectable="0" parent="1" style="group;fontFamily=Times New Roman;fontStyle=1;rounded=0;" value="" vertex="1">
          <mxGeometry height="80" width="120" x="710" y="690" as="geometry" />
        </mxCell>
        <mxCell id="ipf7ujVZ-AzwesgqvqbX-2" parent="ipf7ujVZ-AzwesgqvqbX-1" style="ellipse;whiteSpace=wrap;html=1;fontFamily=Times New Roman;fontStyle=1;rounded=0;" value="" vertex="1">
          <mxGeometry height="80" width="120" as="geometry" />
        </mxCell>
        <mxCell id="ipf7ujVZ-AzwesgqvqbX-3" collapsed="1" parent="ipf7ujVZ-AzwesgqvqbX-1" style="text;html=1;align=center;verticalAlign=middle;whiteSpace=wrap;rounded=0;container=0;fontFamily=Times New Roman;fontStyle=1" value="Submersible Pump" vertex="1">
          <mxGeometry height="30" width="60" x="30" y="25" as="geometry">
            <mxRectangle height="30" width="60" x="320" y="275" as="alternateBounds" />
          </mxGeometry>
        </mxCell>
        <mxCell id="59XTsty1G1Yx93DkZX_j-1" parent="1" style="text;html=1;whiteSpace=wrap;strokeColor=none;fillColor=none;align=center;verticalAlign=middle;rounded=0;fontFamily=Times New Roman;fontStyle=1" value="&lt;font style=&quot;font-size: 43px;&quot;&gt;&lt;span&gt;MateROV Electrical SID&lt;/span&gt;&lt;/font&gt;" vertex="1">
          <mxGeometry height="40" width="540" x="900" y="100" as="geometry" />
        </mxCell>
        <mxCell id="59XTsty1G1Yx93DkZX_j-24" edge="1" parent="1" style="edgeStyle=orthogonalEdgeStyle;rounded=0;orthogonalLoop=1;jettySize=auto;html=1;exitX=0.5;exitY=1;exitDx=0;exitDy=0;">
          <mxGeometry relative="1" as="geometry">
            <mxPoint x="1330" y="880" as="sourcePoint" />
            <mxPoint x="1330" y="880" as="targetPoint" />
          </mxGeometry>
        </mxCell>
        <mxCell id="59XTsty1G1Yx93DkZX_j-45" parent="1" style="swimlane;whiteSpace=wrap;html=1;" value="Legend" vertex="1">
          <mxGeometry height="110" width="200" x="940" y="150" as="geometry" />
        </mxCell>
        <mxCell id="59XTsty1G1Yx93DkZX_j-46" parent="59XTsty1G1Yx93DkZX_j-45" style="text;html=1;whiteSpace=wrap;strokeColor=none;fillColor=none;align=center;verticalAlign=middle;rounded=0;" value="Power" vertex="1">
          <mxGeometry height="30" width="60" y="40" as="geometry" />
        </mxCell>
        <mxCell id="59XTsty1G1Yx93DkZX_j-47" parent="59XTsty1G1Yx93DkZX_j-45" style="text;html=1;whiteSpace=wrap;strokeColor=none;fillColor=none;align=center;verticalAlign=middle;rounded=0;" value="Data" vertex="1">
          <mxGeometry height="30" width="60" y="70" as="geometry" />
        </mxCell>
        <mxCell id="59XTsty1G1Yx93DkZX_j-53" edge="1" parent="59XTsty1G1Yx93DkZX_j-45" style="endArrow=none;dashed=1;html=1;dashPattern=1 3;strokeWidth=2;strokeColor=#3333FF;" value="">
          <mxGeometry height="50" relative="1" width="50" as="geometry">
            <mxPoint x="70" y="84.72" as="sourcePoint" />
            <mxPoint x="180" y="85" as="targetPoint" />
          </mxGeometry>
        </mxCell>
        <mxCell id="59XTsty1G1Yx93DkZX_j-54" edge="1" parent="59XTsty1G1Yx93DkZX_j-45" style="endArrow=none;html=1;strokeColor=#FF3333;" value="">
          <mxGeometry height="50" relative="1" width="50" as="geometry">
            <mxPoint x="75" y="54.72" as="sourcePoint" />
            <mxPoint x="180" y="54.72" as="targetPoint" />
          </mxGeometry>
        </mxCell>
        <mxCell id="59XTsty1G1Yx93DkZX_j-60" edge="1" parent="1" source="59XTsty1G1Yx93DkZX_j-57" style="edgeStyle=orthogonalEdgeStyle;orthogonalLoop=1;jettySize=auto;html=1;entryX=0;entryY=0.5;entryDx=0;entryDy=0;" target="59XTsty1G1Yx93DkZX_j-59">
          <mxGeometry relative="1" as="geometry" />
        </mxCell>
        <mxCell id="59XTsty1G1Yx93DkZX_j-57" parent="1" style="rounded=0;whiteSpace=wrap;html=1;fillColor=#fad9d5;strokeColor=#ae4132;" value="120 V AC Power Source" vertex="1">
          <mxGeometry height="60" width="120" x="1160" y="150" as="geometry" />
        </mxCell>
        <mxCell id="59XTsty1G1Yx93DkZX_j-62" edge="1" parent="1" source="59XTsty1G1Yx93DkZX_j-59" style="edgeStyle=orthogonalEdgeStyle;orthogonalLoop=1;jettySize=auto;html=1;" target="59XTsty1G1Yx93DkZX_j-61" value="">
          <mxGeometry relative="1" as="geometry" />
        </mxCell>
        <mxCell id="59XTsty1G1Yx93DkZX_j-59" parent="1" style="rounded=0;whiteSpace=wrap;html=1;" value="Power Strip" vertex="1">
          <mxGeometry height="60" width="120" x="1320" y="150" as="geometry" />
        </mxCell>
        <mxCell id="59XTsty1G1Yx93DkZX_j-65" edge="1" parent="1" source="59XTsty1G1Yx93DkZX_j-61" style="edgeStyle=orthogonalEdgeStyle;orthogonalLoop=1;jettySize=auto;html=1;" target="59XTsty1G1Yx93DkZX_j-64" value="">
          <mxGeometry relative="1" as="geometry" />
        </mxCell>
        <mxCell id="59XTsty1G1Yx93DkZX_j-61" parent="1" style="rounded=0;whiteSpace=wrap;html=1;" value="240 V AC Step-up&lt;br&gt;Transformer" vertex="1">
          <mxGeometry height="60" width="120" x="1480" y="150" as="geometry" />
        </mxCell>
        <mxCell id="59XTsty1G1Yx93DkZX_j-67" edge="1" parent="1" source="59XTsty1G1Yx93DkZX_j-64" style="edgeStyle=orthogonalEdgeStyle;orthogonalLoop=1;jettySize=auto;html=1;" target="59XTsty1G1Yx93DkZX_j-66" value="">
          <mxGeometry relative="1" as="geometry" />
        </mxCell>
        <mxCell id="59XTsty1G1Yx93DkZX_j-64" parent="1" style="rounded=0;whiteSpace=wrap;html=1;" value="240 V AC Step-up&lt;br&gt;Transformer" vertex="1">
          <mxGeometry height="60" width="120" x="1480" y="240" as="geometry" />
        </mxCell>
        <mxCell id="59XTsty1G1Yx93DkZX_j-71" edge="1" parent="1" source="59XTsty1G1Yx93DkZX_j-66" style="edgeStyle=orthogonalEdgeStyle;orthogonalLoop=1;jettySize=auto;html=1;" target="59XTsty1G1Yx93DkZX_j-70" value="">
          <mxGeometry relative="1" as="geometry" />
        </mxCell>
        <mxCell id="59XTsty1G1Yx93DkZX_j-66" parent="1" style="rounded=0;whiteSpace=wrap;html=1;" value="1.5KW 48VDC PSU" vertex="1">
          <mxGeometry height="60" width="120" x="1480" y="320" as="geometry" />
        </mxCell>
        <mxCell id="59XTsty1G1Yx93DkZX_j-81" edge="1" parent="1" source="59XTsty1G1Yx93DkZX_j-70" style="edgeStyle=orthogonalEdgeStyle;orthogonalLoop=1;jettySize=auto;html=1;entryX=0.5;entryY=0;entryDx=0;entryDy=0;" target="59XTsty1G1Yx93DkZX_j-101" value="">
          <mxGeometry relative="1" as="geometry">
            <mxPoint x="1540" y="560" as="targetPoint" />
          </mxGeometry>
        </mxCell>
        <mxCell id="59XTsty1G1Yx93DkZX_j-99" connectable="0" parent="59XTsty1G1Yx93DkZX_j-81" style="edgeLabel;html=1;align=center;verticalAlign=middle;resizable=0;points=[];" value="TETHER" vertex="1">
          <mxGeometry relative="1" x="-0.062" y="-1" as="geometry">
            <mxPoint as="offset" />
          </mxGeometry>
        </mxCell>
-         <mxCell id="59XTsty1G1Yx93DkZX_j-70" parent="1" style="shape=process;whiteSpace=wrap;html=1;backgroundOutline=1;rounded=0;direction=south;" value="&lt;div&gt;20A&amp;nbsp;&lt;/div&gt;" vertex="1">
+         <mxCell id="59XTsty1G1Yx93DkZX_j-70" parent="1" style="shape=process;whiteSpace=wrap;html=1;backgroundOutline=1;rounded=0;direction=south;" value="&lt;div&gt;30A&amp;nbsp;&lt;/div&gt;" vertex="1">
          <mxGeometry height="60" width="40" x="1520" y="420" as="geometry" />
        </mxCell>
        <mxCell id="59XTsty1G1Yx93DkZX_j-83" parent="1" style="text;html=1;whiteSpace=wrap;strokeColor=none;fillColor=none;align=center;verticalAlign=middle;rounded=0;" value="&lt;div&gt;Condition: Full Down Thrust, Full Forward Thrust&lt;/div&gt;&lt;div&gt;FLA = 27.4A&lt;/div&gt;&lt;div&gt;&lt;br&gt;&lt;/div&gt;&lt;div&gt;Fuse size selected based on table and FLA&lt;/div&gt;&lt;div&gt;&lt;b&gt;Fuse = 30A&lt;/b&gt;&lt;/div&gt;" vertex="1">
          <mxGeometry height="80" width="260" x="940" y="290" as="geometry" />
        </mxCell>
        <mxCell id="59XTsty1G1Yx93DkZX_j-106" edge="1" parent="1" source="59XTsty1G1Yx93DkZX_j-101" style="edgeStyle=orthogonalEdgeStyle;orthogonalLoop=1;jettySize=auto;html=1;entryX=0.5;entryY=0;entryDx=0;entryDy=0;" target="59XTsty1G1Yx93DkZX_j-102">
          <mxGeometry relative="1" as="geometry" />
        </mxCell>
        <mxCell id="59XTsty1G1Yx93DkZX_j-101" parent="1" style="rounded=0;whiteSpace=wrap;html=1;fillColor=#fad9d5;strokeColor=#ae4132;" value="Fangtooth" vertex="1">
          <mxGeometry height="60" width="120" x="1480" y="600" as="geometry" />
        </mxCell>
        <mxCell id="59XTsty1G1Yx93DkZX_j-113" edge="1" parent="1" source="59XTsty1G1Yx93DkZX_j-102" style="edgeStyle=orthogonalEdgeStyle;orthogonalLoop=1;jettySize=auto;html=1;entryX=0.5;entryY=0;entryDx=0;entryDy=0;" target="59XTsty1G1Yx93DkZX_j-108">
          <mxGeometry relative="1" as="geometry" />
        </mxCell>
        <mxCell id="59XTsty1G1Yx93DkZX_j-102" parent="1" style="rounded=0;whiteSpace=wrap;html=1;" value="Thrusters Powerbus" vertex="1">
          <mxGeometry height="60" width="120" x="1370" y="700" as="geometry" />
        </mxCell>
        <mxCell id="59XTsty1G1Yx93DkZX_j-110" edge="1" parent="1" source="59XTsty1G1Yx93DkZX_j-103" style="edgeStyle=orthogonalEdgeStyle;orthogonalLoop=1;jettySize=auto;html=1;entryX=0.5;entryY=0;entryDx=0;entryDy=0;" target="59XTsty1G1Yx93DkZX_j-109">
          <mxGeometry relative="1" as="geometry" />
        </mxCell>
        <mxCell id="59XTsty1G1Yx93DkZX_j-112" edge="1" parent="1" source="59XTsty1G1Yx93DkZX_j-103" style="edgeStyle=orthogonalEdgeStyle;orthogonalLoop=1;jettySize=auto;html=1;" target="59XTsty1G1Yx93DkZX_j-111" value="">
          <mxGeometry relative="1" as="geometry" />
        </mxCell>
        <mxCell id="59XTsty1G1Yx93DkZX_j-103" parent="1" style="rounded=0;whiteSpace=wrap;html=1;" value="Computer Powerbus" vertex="1">
          <mxGeometry height="60" width="120" x="1560" y="700" as="geometry" />
        </mxCell>
        <mxCell id="59XTsty1G1Yx93DkZX_j-107" edge="1" parent="1" source="59XTsty1G1Yx93DkZX_j-101" style="edgeStyle=orthogonalEdgeStyle;orthogonalLoop=1;jettySize=auto;html=1;entryX=0.55;entryY=0.008;entryDx=0;entryDy=0;entryPerimeter=0;" target="59XTsty1G1Yx93DkZX_j-103">
          <mxGeometry relative="1" as="geometry" />
        </mxCell>
        <mxCell id="59XTsty1G1Yx93DkZX_j-108" parent="1" style="rounded=0;whiteSpace=wrap;html=1;fillColor=#fad9d5;strokeColor=#ae4132;" value="12v Bus bar" vertex="1">
-           <mxGeometry height="60" width="430" x="1090" y="830" as="geometry" />
+           <mxGeometry height="60" width="520" x="1000" y="830" as="geometry" />
        </mxCell>
        <mxCell id="59XTsty1G1Yx93DkZX_j-109" parent="1" style="rounded=0;whiteSpace=wrap;html=1;" value="12v -&amp;gt; 7v Converter for Servos" vertex="1">
          <mxGeometry height="60" width="120" x="1560" y="830" as="geometry" />
        </mxCell>
        <mxCell id="59XTsty1G1Yx93DkZX_j-111" parent="1" style="rounded=0;whiteSpace=wrap;html=1;fillColor=#fad7ac;strokeColor=#b46504;" value="LattePanda" vertex="1">
          <mxGeometry height="60" width="120" x="1760" y="700" as="geometry" />
+         </mxCell>
+         <mxCell id="59XTsty1G1Yx93DkZX_j-116" parent="1" style="rounded=0;whiteSpace=wrap;html=1;" value="ESC" vertex="1">
+           <mxGeometry height="20" width="40" x="1060" y="920" as="geometry" />
+         </mxCell>
+         <mxCell id="59XTsty1G1Yx93DkZX_j-117" parent="1" style="rounded=0;whiteSpace=wrap;html=1;" value="ESC" vertex="1">
+           <mxGeometry height="20" width="40" x="1180" y="920" as="geometry" />
+         </mxCell>
+         <mxCell id="59XTsty1G1Yx93DkZX_j-118" parent="1" style="rounded=0;whiteSpace=wrap;html=1;" value="ESC" vertex="1">
+           <mxGeometry height="20" width="40" x="1240" y="920" as="geometry" />
+         </mxCell>
+         <mxCell id="59XTsty1G1Yx93DkZX_j-119" parent="1" style="rounded=0;whiteSpace=wrap;html=1;" value="ESC" vertex="1">
+           <mxGeometry height="20" width="40" x="1000" y="920" as="geometry" />
+         </mxCell>
+         <mxCell id="59XTsty1G1Yx93DkZX_j-120" parent="1" style="rounded=0;whiteSpace=wrap;html=1;" value="ESC" vertex="1">
+           <mxGeometry height="20" width="40" x="1120" y="920" as="geometry" />
+         </mxCell>
+         <mxCell id="59XTsty1G1Yx93DkZX_j-121" parent="1" style="rounded=0;whiteSpace=wrap;html=1;" value="ESC" vertex="1">
+           <mxGeometry height="20" width="40" x="1300" y="920" as="geometry" />
+         </mxCell>
+         <mxCell id="59XTsty1G1Yx93DkZX_j-122" parent="1" style="rounded=0;whiteSpace=wrap;html=1;" value="ESC" vertex="1">
+           <mxGeometry height="20" width="40" x="1360" y="920" as="geometry" />
+         </mxCell>
+         <mxCell id="59XTsty1G1Yx93DkZX_j-123" parent="1" style="rounded=0;whiteSpace=wrap;html=1;" value="ESC" vertex="1">
+           <mxGeometry height="20" width="40" x="1420" y="920" as="geometry" />
+         </mxCell>
+         <mxCell id="59XTsty1G1Yx93DkZX_j-124" parent="1" style="rounded=0;whiteSpace=wrap;html=1;" value="ESC" vertex="1">
+           <mxGeometry height="20" width="40" x="1480" y="920" as="geometry" />
        </mxCell>
      </root>
    </mxGraphModel>
  </diagram>
</mxfile>
